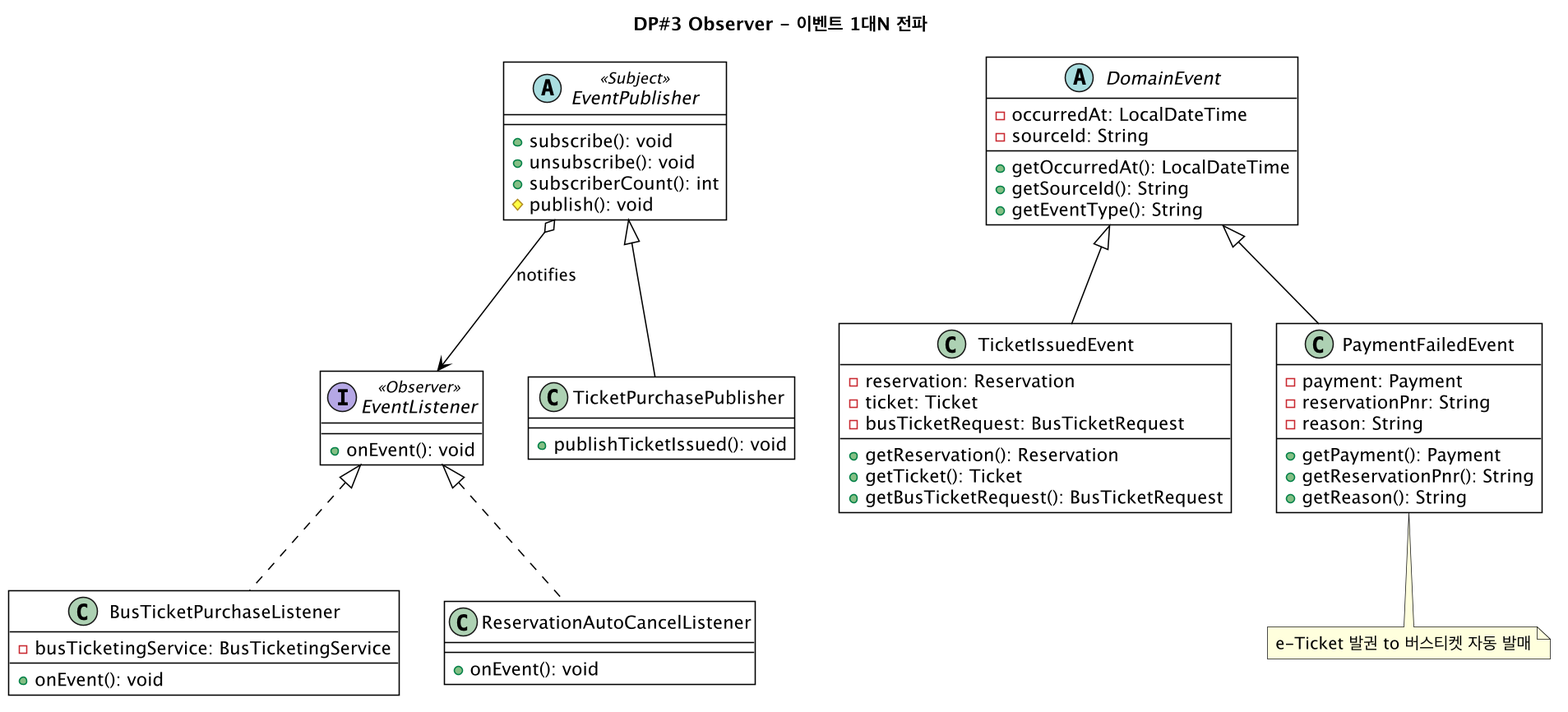
Before: docs/diagrams/iter4-puml/dp3-observer.png, a diagram exported from PlantUML (gimjungwook/KoreanAirReservationDomain).
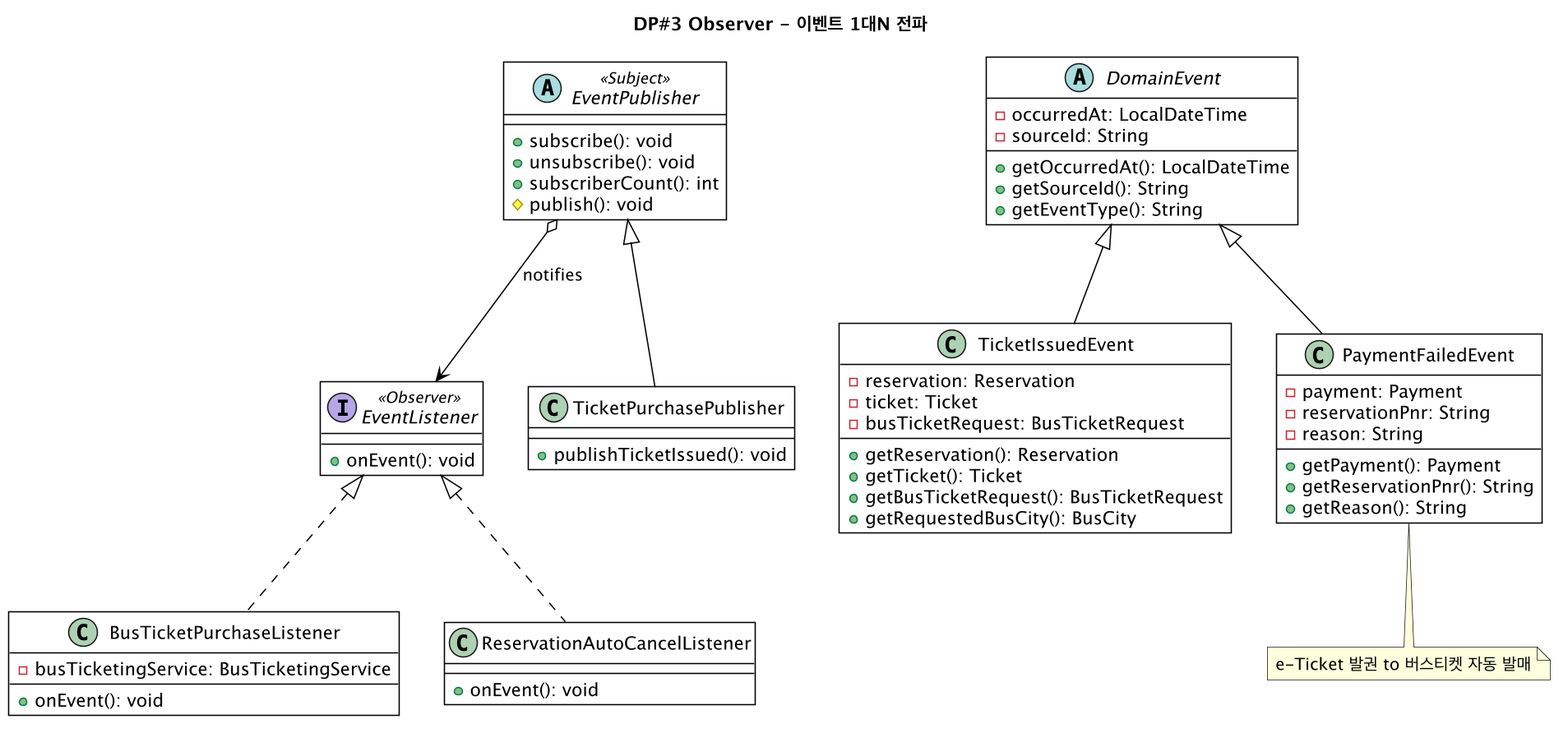
The same file after the commit.

What changed in the source:
```diff
@@ -37,6 +37,7 @@
   +getReservation(): Reservation
   +getTicket(): Ticket
   +getBusTicketRequest(): BusTicketRequest
+  +getRequestedBusCity(): BusCity
 }
 class PaymentFailedEvent {
   -payment: Payment
```
